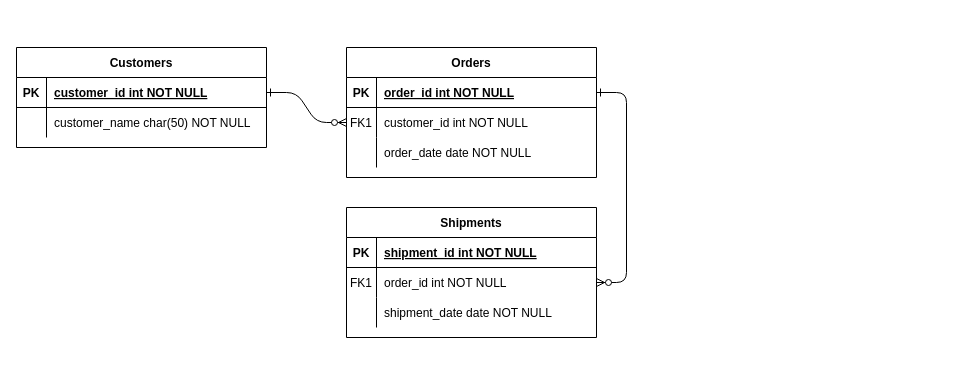
Earlier version of the draw.io diagram Database2.3.drawio (lo0109/lo0109). Source tidied: cells renumbered, new cells numbered last; positions are measured from the earlier drawing's top-left corner, leaving out a move shared by most shapes. Both pictures are drawn from the tidied source at 100%, with x=0, y=0 at pixel (16, 47).
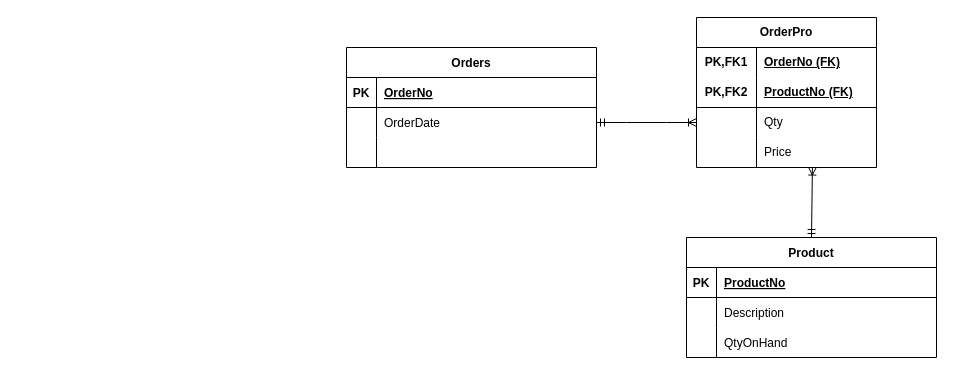
Above is the later version.

The change refers to these unchanged cells:
```xml
<mxCell id="5" style="shape=partialRectangle;fillColor=none;points=[[0,0.5],[1,0.5]];portConstraint=eastwest;top=0;left=0;right=0;bottom=1;" parent="4" vertex="1">
  <mxGeometry y="30" width="250" height="30" as="geometry" />
</mxCell>
<mxCell id="8" style="shape=partialRectangle;fillColor=none;points=[[0,0.5],[1,0.5]];portConstraint=eastwest;top=0;left=0;right=0;bottom=0;" parent="4" vertex="1">
  <mxGeometry y="60" width="250" height="30" as="geometry" />
</mxCell>
<mxCell id="11" style="shape=partialRectangle;fillColor=none;top=0;left=0;right=0;bottom=0;" parent="4" vertex="1">
  <mxGeometry y="90" width="250" height="30" as="geometry" />
</mxCell>
```

Diff of the diagram source:
```diff
@@
-    <mxCell id="2" style="edgeStyle=entityRelationEdgeStyle;endArrow=ERzeroToMany;startArrow=ERone;endFill=1;startFill=0;" parent="1" edge="1" source="25" target="8">
-      <mxGeometry relative="1" as="geometry" />
-    </mxCell>
-    <mxCell id="3" style="edgeStyle=entityRelationEdgeStyle;endArrow=ERzeroToMany;startArrow=ERone;endFill=1;startFill=0;" parent="1" edge="1" source="5" target="18">
-      <mxGeometry relative="1" as="geometry" />
-    </mxCell>
     <mxCell id="4" value="Orders" style="shape=table;startSize=30;childLayout=tableLayout;rowLines=0;fontStyle=1;align=center;" parent="1" vertex="1">
-      <mxGeometry x="330" width="250" height="130" as="geometry" />
+      <mxGeometry x="330" width="250" height="120" as="geometry" />
     </mxCell>
@@
-    <mxCell id="7" value="order_id int NOT NULL " style="shape=partialRectangle;overflow=hidden;fillColor=none;top=0;left=0;bottom=0;right=0;align=left;spacingLeft=6;fontStyle=5;" parent="5" vertex="1">
+    <mxCell id="7" value="OrderNo" style="shape=partialRectangle;overflow=hidden;fillColor=none;top=0;left=0;bottom=0;right=0;align=left;spacingLeft=6;fontStyle=5;" parent="5" vertex="1">
       <mxGeometry x="30" width="220" height="30" as="geometry" />
     </mxCell>
@@
-    <mxCell id="9" value="FK1" style="shape=partialRectangle;overflow=hidden;fillColor=none;top=0;left=0;bottom=0;right=0;" parent="8" vertex="1">
+    <mxCell id="9" style="shape=partialRectangle;overflow=hidden;fillColor=none;top=0;left=0;bottom=0;right=0;" parent="8" vertex="1">
       <mxGeometry width="30" height="30" as="geometry" />
     </mxCell>
-    <mxCell id="10" value="customer_id int NOT NULL" style="shape=partialRectangle;overflow=hidden;fillColor=none;top=0;left=0;bottom=0;right=0;align=left;spacingLeft=6;" parent="8" vertex="1">
+    <mxCell id="10" value="OrderDate" style="shape=partialRectangle;overflow=hidden;fillColor=none;top=0;left=0;bottom=0;right=0;align=left;spacingLeft=6;" parent="8" vertex="1">
       <mxGeometry x="30" width="220" height="30" as="geometry" />
     </mxCell>
@@
-    <mxCell id="13" value="order_date date NOT NULL" style="shape=partialRectangle;overflow=hidden;fillColor=none;top=0;left=0;bottom=0;right=0;align=left;spacingLeft=6;" parent="11" vertex="1">
+    <mxCell id="13" style="shape=partialRectangle;overflow=hidden;fillColor=none;top=0;left=0;bottom=0;right=0;align=left;spacingLeft=6;" parent="11" vertex="1">
       <mxGeometry x="30" width="220" height="30" as="geometry" />
     </mxCell>
-    <mxCell id="14" value="Shipments" style="shape=table;startSize=30;childLayout=tableLayout;rowLines=0;fontStyle=1;align=center;" parent="1" vertex="1">
-      <mxGeometry x="330" y="160" width="250" height="130" as="geometry" />
-    </mxCell>
-    <mxCell id="15" style="shape=partialRectangle;fillColor=none;top=0;left=0;right=0;bottom=1;" parent="14" vertex="1">
-      <mxGeometry y="30" width="250" height="30" as="geometry" />
-    </mxCell>
-    <mxCell id="16" value="PK" style="shape=partialRectangle;overflow=hidden;fillColor=none;top=0;left=0;bottom=0;right=0;fontStyle=1;" parent="15" vertex="1">
-      <mxGeometry width="30" height="30" as="geometry" />
-    </mxCell>
-    <mxCell id="17" value="shipment_id int NOT NULL " style="shape=partialRectangle;overflow=hidden;fillColor=none;top=0;left=0;bottom=0;right=0;align=left;spacingLeft=6;fontStyle=5;" parent="15" vertex="1">
-      <mxGeometry x="30" width="220" height="30" as="geometry" />
-    </mxCell>
-    <mxCell id="18" style="shape=partialRectangle;fillColor=none;points=[[0,0.5],[1,0.5]];portConstraint=eastwest;top=0;left=0;right=0;bottom=0;" parent="14" vertex="1">
-      <mxGeometry y="60" width="250" height="30" as="geometry" />
-    </mxCell>
-    <mxCell id="19" value="FK1" style="shape=partialRectangle;overflow=hidden;fillColor=none;top=0;left=0;bottom=0;right=0;" parent="18" vertex="1">
-      <mxGeometry width="30" height="30" as="geometry" />
-    </mxCell>
-    <mxCell id="20" value="order_id int NOT NULL" style="shape=partialRectangle;overflow=hidden;fillColor=none;top=0;left=0;bottom=0;right=0;align=left;spacingLeft=6;" parent="18" vertex="1">
-      <mxGeometry x="30" width="220" height="30" as="geometry" />
-    </mxCell>
+    <mxCell id="31" value="Product" style="shape=table;startSize=30;childLayout=tableLayout;rowLines=0;fontStyle=1;align=center;" parent="1" vertex="1">
+      <mxGeometry x="670" y="190" width="250" height="120" as="geometry" />
+    </mxCell>
+    <mxCell id="32" style="shape=partialRectangle;fillColor=none;top=0;left=0;right=0;bottom=1;" parent="31" vertex="1">
+      <mxGeometry y="30" width="250" height="30" as="geometry" />
+    </mxCell>
+    <mxCell id="33" value="PK" style="shape=partialRectangle;overflow=hidden;fillColor=none;top=0;left=0;bottom=0;right=0;fontStyle=1;" parent="32" vertex="1">
+      <mxGeometry width="30" height="30" as="geometry" />
+    </mxCell>
+    <mxCell id="34" value="ProductNo" style="shape=partialRectangle;overflow=hidden;fillColor=none;top=0;left=0;bottom=0;right=0;align=left;spacingLeft=6;fontStyle=5;" parent="32" vertex="1">
+      <mxGeometry x="30" width="220" height="30" as="geometry" />
+    </mxCell>
+    <mxCell id="35" style="shape=partialRectangle;fillColor=none;top=0;left=0;right=0;bottom=0;" parent="31" vertex="1">
+      <mxGeometry y="60" width="250" height="30" as="geometry" />
+    </mxCell>
+    <mxCell id="36" style="shape=partialRectangle;overflow=hidden;fillColor=none;top=0;left=0;bottom=0;right=0;" parent="35" vertex="1">
+      <mxGeometry width="30" height="30" as="geometry" />
+    </mxCell>
+    <mxCell id="37" value="Description" style="shape=partialRectangle;overflow=hidden;fillColor=none;top=0;left=0;bottom=0;right=0;align=left;spacingLeft=6;" parent="35" vertex="1">
+      <mxGeometry x="30" width="220" height="30" as="geometry" />
+    </mxCell>
-    <mxCell id="21" style="shape=partialRectangle;fillColor=none;top=0;left=0;right=0;bottom=0;" parent="14" vertex="1">
+    <mxCell id="21" style="shape=partialRectangle;fillColor=none;top=0;left=0;right=0;bottom=0;" parent="31" vertex="1">
       <mxGeometry y="90" width="250" height="30" as="geometry" />
     </mxCell>
-    <mxCell id="22" style="shape=partialRectangle;overflow=hidden;fillColor=none;top=0;left=0;bottom=0;right=0;" parent="21" vertex="1">
-      <mxGeometry width="30" height="30" as="geometry" />
-    </mxCell>
-    <mxCell id="23" value="shipment_date date NOT NULL" style="shape=partialRectangle;overflow=hidden;fillColor=none;top=0;left=0;bottom=0;right=0;align=left;spacingLeft=6;" parent="21" vertex="1">
-      <mxGeometry x="30" width="220" height="30" as="geometry" />
-    </mxCell>
-    <mxCell id="24" value="Customers" style="shape=table;startSize=30;childLayout=tableLayout;rowLines=0;fontStyle=1;align=center;" parent="1" vertex="1">
-      <mxGeometry width="250" height="100" as="geometry" />
-    </mxCell>
-    <mxCell id="25" style="shape=partialRectangle;fillColor=none;points=[[0,0.5],[1,0.5]];portConstraint=eastwest;top=0;left=0;right=0;bottom=1;" parent="24" vertex="1">
-      <mxGeometry y="30" width="250" height="30" as="geometry" />
-    </mxCell>
-    <mxCell id="26" value="PK" style="shape=partialRectangle;overflow=hidden;fillColor=none;top=0;left=0;bottom=0;right=0;fontStyle=1;" parent="25" vertex="1">
-      <mxGeometry width="30" height="30" as="geometry" />
-    </mxCell>
-    <mxCell id="27" value="customer_id int NOT NULL " style="shape=partialRectangle;overflow=hidden;fillColor=none;top=0;left=0;bottom=0;right=0;align=left;spacingLeft=6;fontStyle=5;" parent="25" vertex="1">
-      <mxGeometry x="30" width="220" height="30" as="geometry" />
-    </mxCell>
-    <mxCell id="28" style="shape=partialRectangle;fillColor=none;top=0;left=0;right=0;bottom=0;" parent="24" vertex="1">
-      <mxGeometry y="60" width="250" height="30" as="geometry" />
-    </mxCell>
-    <mxCell id="29" style="shape=partialRectangle;overflow=hidden;fillColor=none;top=0;left=0;bottom=0;right=0;" parent="28" vertex="1">
-      <mxGeometry width="30" height="30" as="geometry" />
-    </mxCell>
-    <mxCell id="30" value="customer_name char(50) NOT NULL" style="shape=partialRectangle;overflow=hidden;fillColor=none;top=0;left=0;bottom=0;right=0;align=left;spacingLeft=6;" parent="28" vertex="1">
-      <mxGeometry x="30" width="220" height="30" as="geometry" />
-    </mxCell>
+    <mxCell id="38" style="shape=partialRectangle;overflow=hidden;fillColor=none;top=0;left=0;bottom=0;right=0;" parent="21" vertex="1">
+      <mxGeometry width="30" height="30" as="geometry" />
+    </mxCell>
+    <mxCell id="39" value="QtyOnHand" style="shape=partialRectangle;overflow=hidden;fillColor=none;top=0;left=0;bottom=0;right=0;align=left;spacingLeft=6;" parent="21" vertex="1">
+      <mxGeometry x="30" width="220" height="30" as="geometry" />
+    </mxCell>
+    <mxCell id="40" style="edgeStyle=entityRelationEdgeStyle;fontSize=12;html=1;endArrow=ERoneToMany;startArrow=ERmandOne;rounded=0;entryX=0;entryY=0.5;entryDx=0;entryDy=0;" parent="1" edge="1" source="8" target="49">
+      <mxGeometry relative="1" as="geometry" />
+    </mxCell>
+    <mxCell id="41" style="fontSize=12;html=1;endArrow=ERoneToMany;startArrow=ERmandOne;rounded=0;exitX=0.5;exitY=0;exitDx=0;exitDy=0;entryX=0.644;entryY=0.985;entryDx=0;entryDy=0;entryPerimeter=0;" parent="1" edge="1" source="31" target="52">
+      <mxGeometry relative="1" as="geometry" />
+    </mxCell>
+    <mxCell id="42" value="OrderPro" style="shape=table;startSize=30;childLayout=tableLayout;rowLines=0;fontStyle=1;align=center;html=1;whiteSpace=wrap;" parent="1" vertex="1">
+      <mxGeometry x="680" y="-30" width="180" height="150" as="geometry" />
+    </mxCell>
+    <mxCell id="43" style="shape=tableRow;horizontal=0;startSize=0;swimlaneHead=0;swimlaneBody=0;fillColor=none;top=0;left=0;right=0;bottom=0;html=1;" parent="42" vertex="1">
+      <mxGeometry y="30" width="180" height="30" as="geometry" />
+    </mxCell>
+    <mxCell id="44" value="PK,FK1" style="shape=partialRectangle;fillColor=none;top=0;left=0;bottom=0;right=0;fontStyle=1;overflow=hidden;html=1;whiteSpace=wrap;" parent="43" vertex="1">
+      <mxGeometry width="60" height="30" as="geometry" />
+    </mxCell>
+    <mxCell id="45" value="OrderNo (FK)" style="shape=partialRectangle;fillColor=none;top=0;left=0;bottom=0;right=0;align=left;spacingLeft=6;fontStyle=5;overflow=hidden;html=1;whiteSpace=wrap;" parent="43" vertex="1">
+      <mxGeometry x="60" width="120" height="30" as="geometry" />
+    </mxCell>
+    <mxCell id="46" style="shape=tableRow;horizontal=0;startSize=0;swimlaneHead=0;swimlaneBody=0;fillColor=none;top=0;left=0;right=0;bottom=1;html=1;" parent="42" vertex="1">
+      <mxGeometry y="60" width="180" height="30" as="geometry" />
+    </mxCell>
+    <mxCell id="47" value="PK,FK2" style="shape=partialRectangle;fillColor=none;top=0;left=0;bottom=0;right=0;fontStyle=1;overflow=hidden;html=1;whiteSpace=wrap;" parent="46" vertex="1">
+      <mxGeometry width="60" height="30" as="geometry" />
+    </mxCell>
+    <mxCell id="48" value="ProductNo (FK)" style="shape=partialRectangle;fillColor=none;top=0;left=0;bottom=0;right=0;align=left;spacingLeft=6;fontStyle=5;overflow=hidden;html=1;whiteSpace=wrap;" parent="46" vertex="1">
+      <mxGeometry x="60" width="120" height="30" as="geometry" />
+    </mxCell>
+    <mxCell id="49" style="shape=tableRow;horizontal=0;startSize=0;swimlaneHead=0;swimlaneBody=0;fillColor=none;points=[[0,0.5],[1,0.5]];portConstraint=eastwest;top=0;left=0;right=0;bottom=0;html=1;" parent="42" vertex="1">
+      <mxGeometry y="90" width="180" height="30" as="geometry" />
+    </mxCell>
+    <mxCell id="50" style="shape=partialRectangle;fillColor=none;top=0;left=0;bottom=0;right=0;overflow=hidden;html=1;whiteSpace=wrap;" parent="49" vertex="1">
+      <mxGeometry width="60" height="30" as="geometry" />
+    </mxCell>
+    <mxCell id="51" value="Qty" style="shape=partialRectangle;fillColor=none;top=0;left=0;bottom=0;right=0;align=left;spacingLeft=6;overflow=hidden;html=1;whiteSpace=wrap;" parent="49" vertex="1">
+      <mxGeometry x="60" width="120" height="30" as="geometry" />
+    </mxCell>
+    <mxCell id="52" style="shape=tableRow;horizontal=0;startSize=0;swimlaneHead=0;swimlaneBody=0;fillColor=none;points=[[0,0.5],[1,0.5]];portConstraint=eastwest;top=0;left=0;right=0;bottom=0;html=1;" parent="42" vertex="1">
+      <mxGeometry y="120" width="180" height="30" as="geometry" />
+    </mxCell>
+    <mxCell id="53" style="shape=partialRectangle;fillColor=none;top=0;left=0;bottom=0;right=0;overflow=hidden;html=1;whiteSpace=wrap;" parent="52" vertex="1">
+      <mxGeometry width="60" height="30" as="geometry" />
+    </mxCell>
+    <mxCell id="54" value="Price" style="shape=partialRectangle;fillColor=none;top=0;left=0;bottom=0;right=0;align=left;spacingLeft=6;overflow=hidden;html=1;whiteSpace=wrap;" parent="52" vertex="1">
+      <mxGeometry x="60" width="120" height="30" as="geometry" />
+    </mxCell>
```
